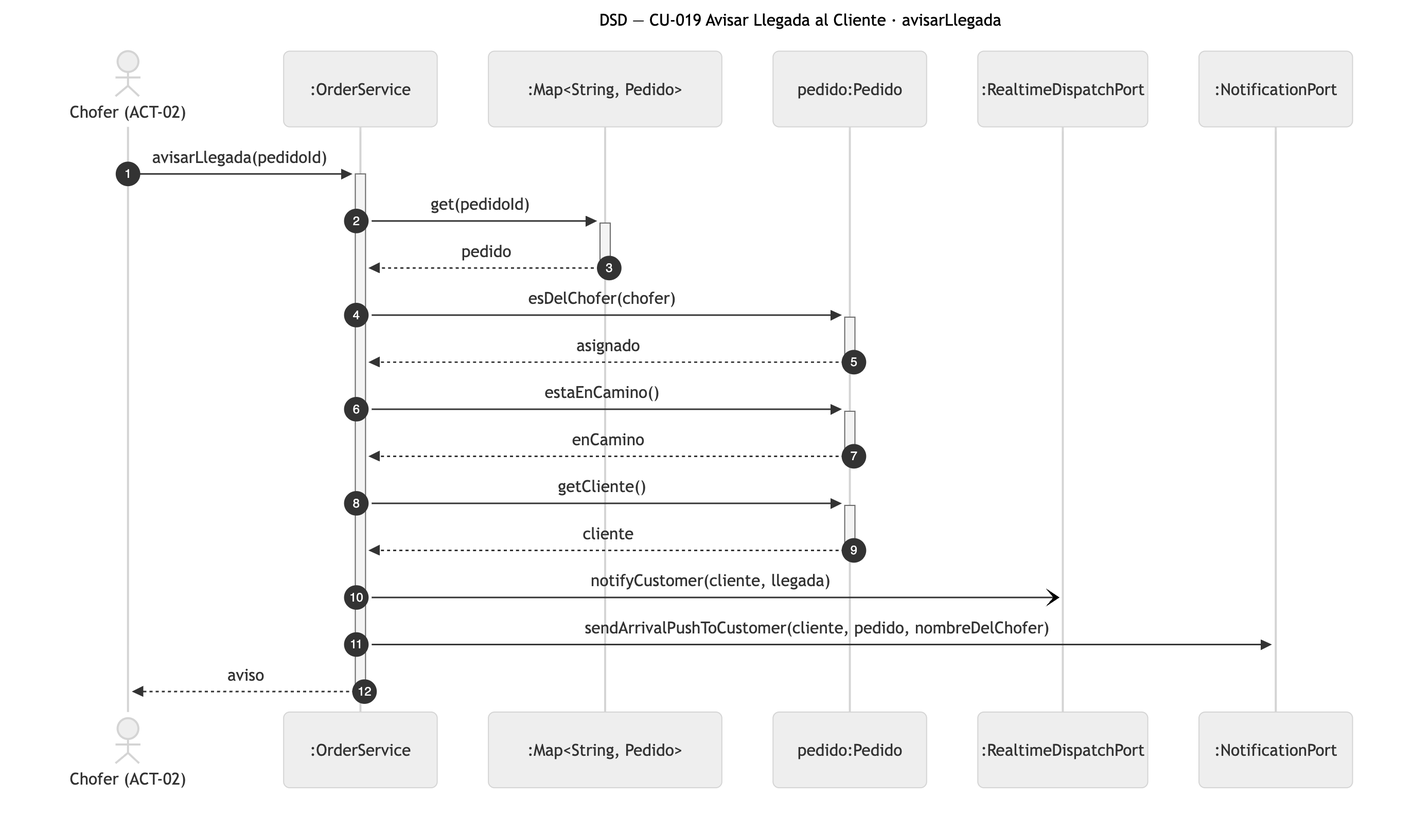
This is diagramas/png/DSD_CU-019_avisarLlegada.png from Nahuelito-Dev/splg-docs, a Mermaid export, as it was before one commit. Its source is kept beside it as diagramas/DSD_CU-019_avisarLlegada.mmd. Source of this version:
```mermaid
sequenceDiagram
    title DSD — CU-019 Avisar Llegada al Cliente · avisarLlegada
    autonumber
    actor CHF as Chofer (ACT-02)
    participant SRV as :OrderService
    participant PEDS as :Map#lt;String, Pedido#gt;
    participant PED as pedido:Pedido
    participant RT as :RealtimeDispatchPort
    participant NOT as :NotificationPort

    CHF->>+SRV: avisarLlegada(pedidoId)
    SRV->>+PEDS: get(pedidoId)
    PEDS-->>-SRV: pedido
    SRV->>+PED: esDelChofer(chofer)
    PED-->>-SRV: asignado
    SRV->>+PED: estaEnCamino()
    PED-->>-SRV: enCamino
    SRV->>+PED: getCliente()
    PED-->>-SRV: cliente
    SRV-)RT: notifyCustomer(cliente, llegada)
    SRV->>NOT: sendArrivalPushToCustomer(cliente, pedido, nombreDelChofer)
    SRV-->>-CHF: aviso
```
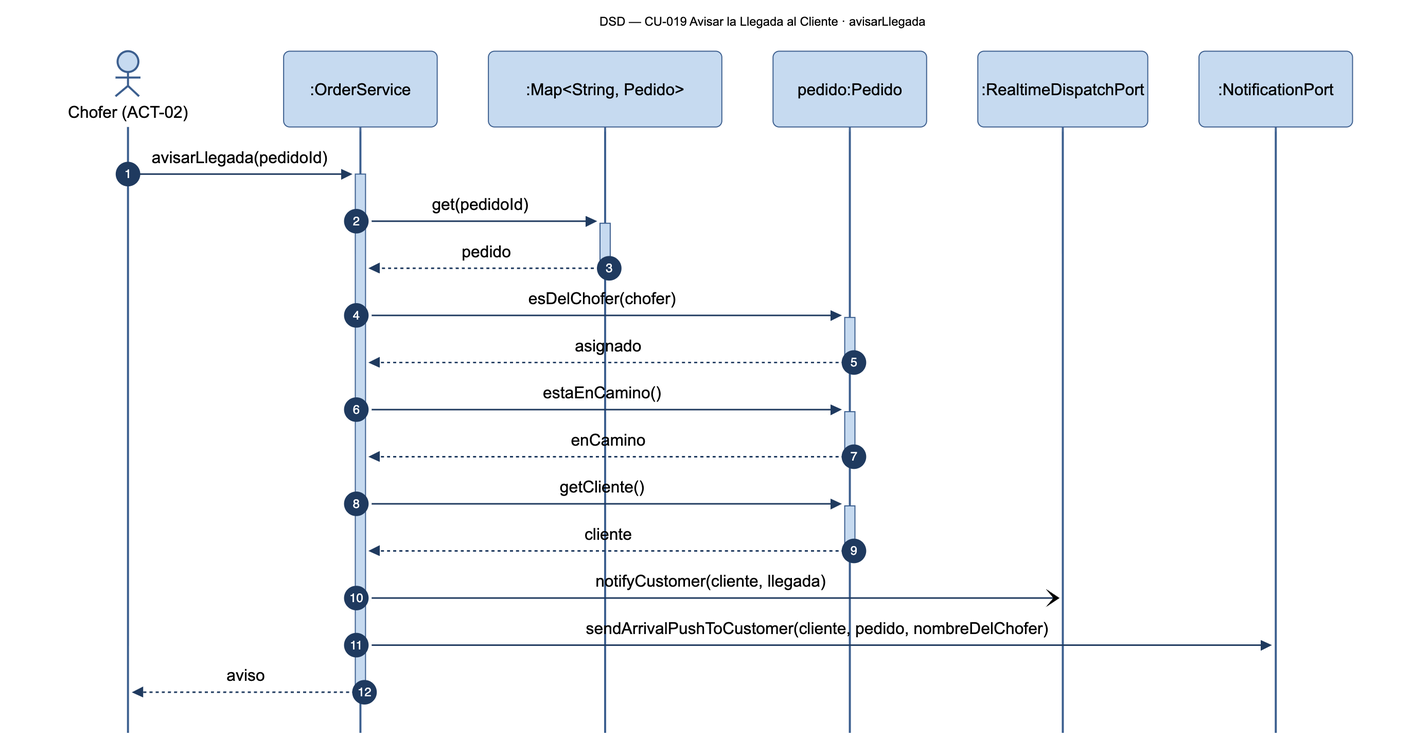
After the commit.

The edit, as a diff of the source:
```diff
@@ -1,5 +1,5 @@
 sequenceDiagram
-    title DSD — CU-019 Avisar Llegada al Cliente · avisarLlegada
+    title DSD — CU-019 Avisar la Llegada al Cliente · avisarLlegada
     autonumber
     actor CHF as Chofer (ACT-02)
     participant SRV as :OrderService
```
